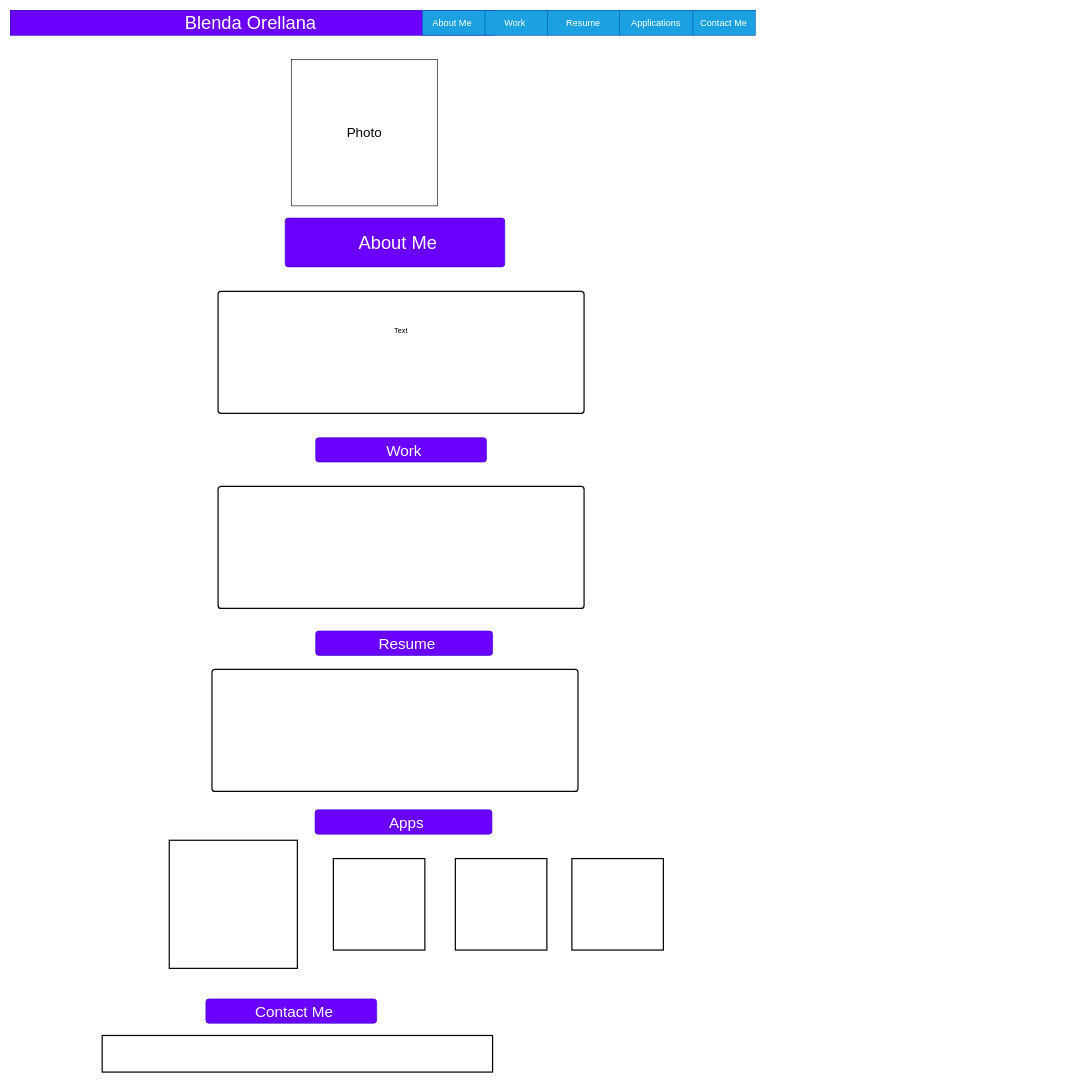
Before: Untitled Diagram.drawio in blen90/html-css-portfolio, a draw.io diagram. Source tidied: cells renumbered, new cells numbered last; positions are measured from the earlier drawing's top-left corner, leaving out a move shared by most shapes. Both pictures are drawn from the tidied source at 61%, with x=0, y=0 at pixel (10, 10).
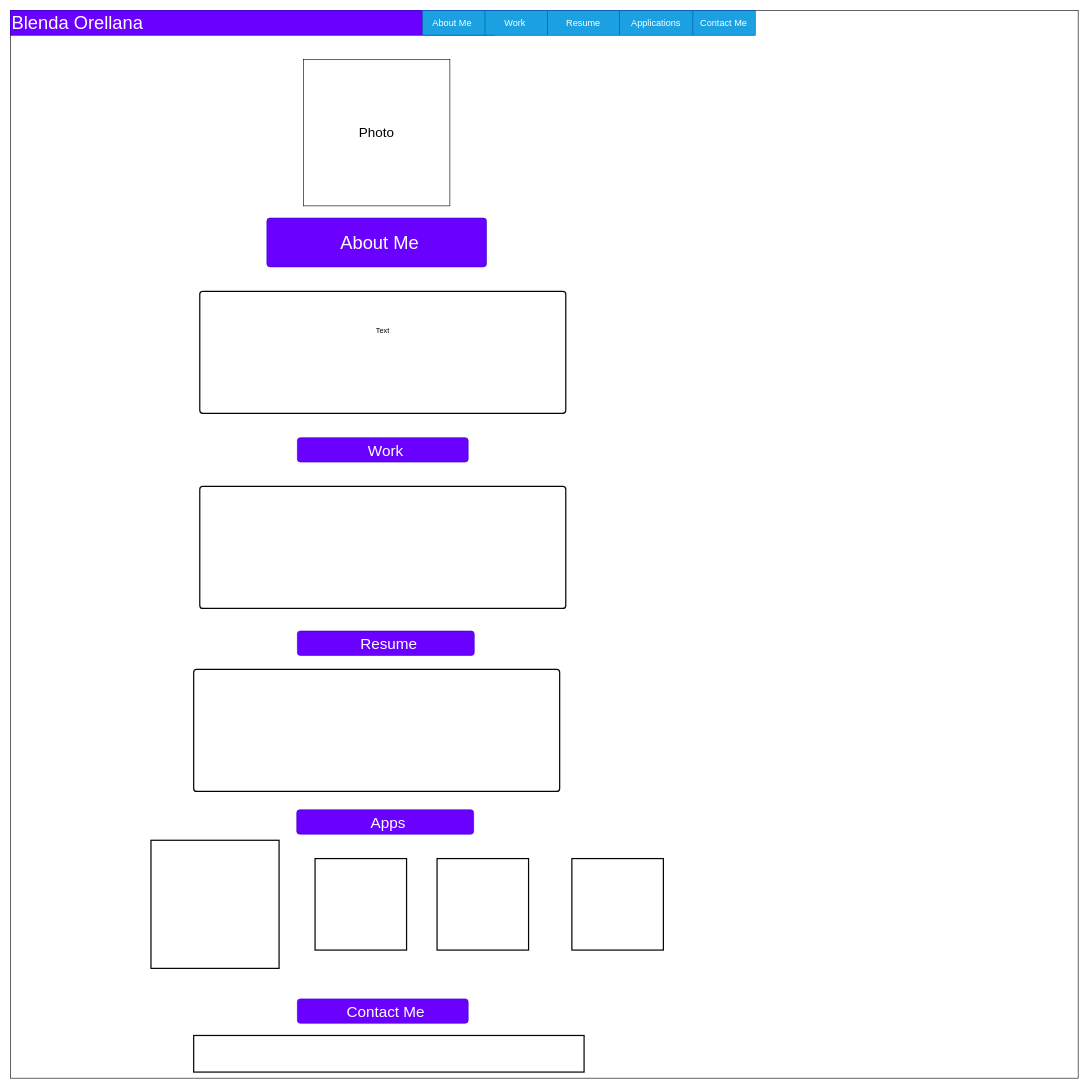
Above is the later version.

Diff of the diagram source:
```diff
@@
+    <mxCell id="27" style="whiteSpace=wrap;html=1;align=left;" parent="1" vertex="1">
+      <mxGeometry width="1750" height="1750" as="geometry" />
+    </mxCell>
-    <mxCell id="2" style="html=1;shadow=0;dashed=0;shape=mxgraph.bootstrap.rect;fillColor=#6a00ff;strokeColor=#3700CC;whiteSpace=wrap;rounded=0;fontSize=12;fontColor=#ffffff;align=center;" parent="1" vertex="1">
+    <mxCell id="2" style="html=1;shadow=0;dashed=0;shape=mxgraph.bootstrap.rect;fillColor=#6a00ff;strokeColor=#3700CC;whiteSpace=wrap;rounded=0;fontSize=12;fontColor=#ffffff;align=left;" parent="1" vertex="1">
       <mxGeometry width="1220" height="40" as="geometry" />
     </mxCell>
-    <mxCell id="3" value="&lt;font style=&quot;font-size: 30px&quot;&gt;Blenda Orellana&lt;/font&gt;&amp;nbsp;" style="html=1;shadow=0;dashed=0;fillColor=#6a00ff;strokeColor=#3700CC;shape=mxgraph.bootstrap.rect;fontColor=#ffffff;fontSize=22;whiteSpace=wrap;" parent="2" vertex="1">
+    <mxCell id="3" value="&lt;font style=&quot;font-size: 30px&quot;&gt;Blenda Orellana&lt;/font&gt;&amp;nbsp;" style="html=1;shadow=0;dashed=0;fillColor=#6a00ff;strokeColor=#3700CC;shape=mxgraph.bootstrap.rect;fontColor=#ffffff;fontSize=22;whiteSpace=wrap;align=left;" parent="2" vertex="1">
       <mxGeometry width="793" height="40" as="geometry" />
     </mxCell>
@@
     <mxCell id="9" value="Photo" style="whiteSpace=wrap;html=1;fontSize=22;" parent="1" vertex="1">
-      <mxGeometry x="460" y="80" width="240" height="240" as="geometry" />
+      <mxGeometry x="480" y="80" width="240" height="240" as="geometry" />
     </mxCell>
     <mxCell id="10" style="group;" parent="1" vertex="1">
-      <mxGeometry x="240" y="330" width="610" height="1260" as="geometry" />
+      <mxGeometry x="210" y="330" width="610" height="1260" as="geometry" />
     </mxCell>
@@
     <mxCell id="24" value="Contact Me" style="html=1;shadow=0;dashed=0;shape=mxgraph.bootstrap.rrect;rSize=5;strokeColor=#3700CC;align=center;spacingLeft=10;fontSize=25;whiteSpace=wrap;rounded=0;fillColor=#6a00ff;fontColor=#ffffff;" parent="1" vertex="1">
-      <mxGeometry x="320" y="1620" width="280" height="40" as="geometry" />
+      <mxGeometry x="470" y="1620" width="280" height="40" as="geometry" />
     </mxCell>
@@
     <mxCell id="26" style="rounded=0;whiteSpace=wrap;html=1;fontSize=25;strokeColor=#050505;strokeWidth=2;align=center;" parent="1" vertex="1">
-      <mxGeometry x="150" y="1680" width="640" height="60" as="geometry" />
+      <mxGeometry x="300" y="1680" width="640" height="60" as="geometry" />
     </mxCell>
```
